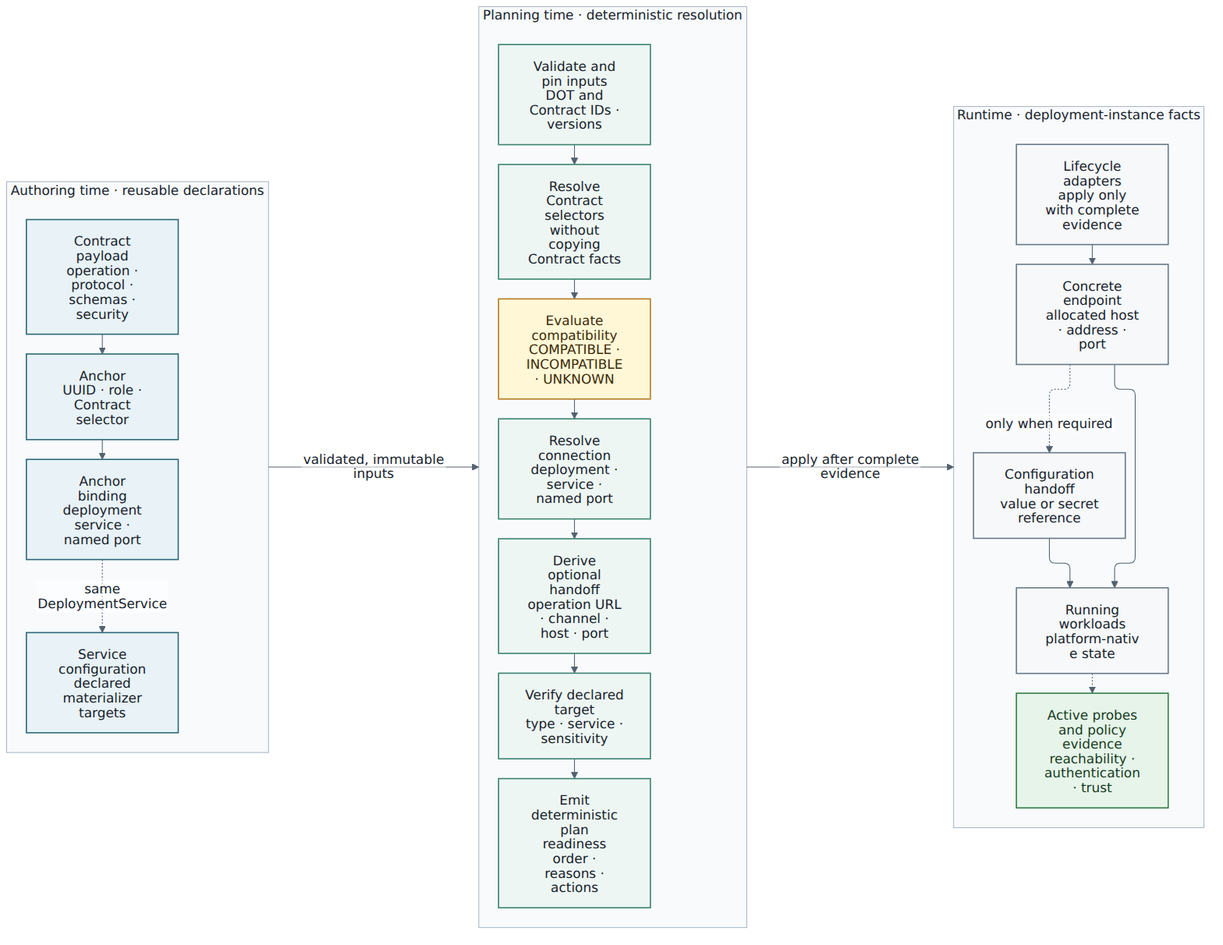
Earlier version of the Mermaid export DOT-Design/next/dot-design/_images/diagrams/composition-resolution-stages.png (MARE-EU-Project/DOT-Docs). Its source is kept beside it as DOT-Design/next/dot-design/_attachments/diagrams/composition-resolution-stages.mmd.
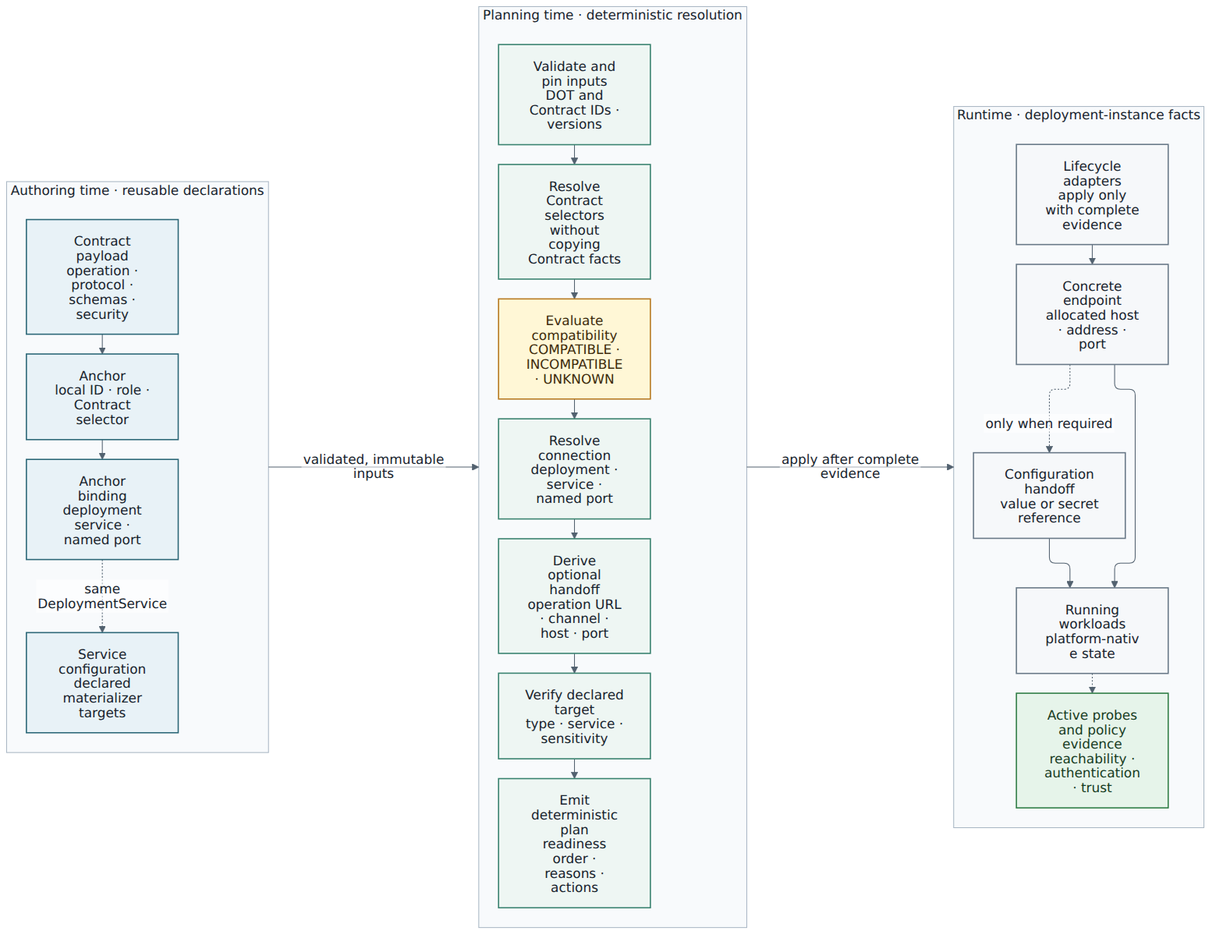
Above is the later version.

What changed in the source:
```diff
@@ -5,7 +5,7 @@
   subgraph Authoring["Authoring time · reusable declarations"]
     direction TB
     Contract["Contract payload<br/>operation · protocol · schemas · security"]
-    Anchor["Anchor<br/>UUID · role · Contract selector"]
+    Anchor["Anchor<br/>local ID · role · Contract selector"]
     Binding["Anchor binding<br/>deployment service · named port"]
     Config["Service configuration<br/>declared materializer targets"]
     Contract --> Anchor
```
